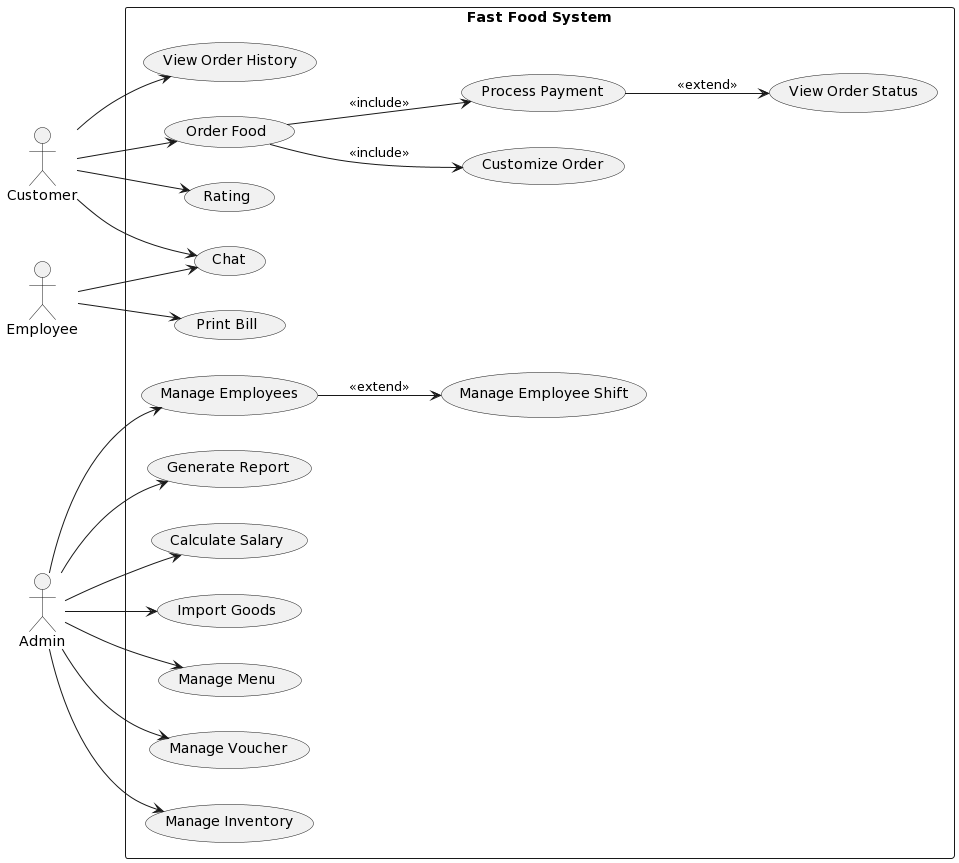
Earlier version of the PlantUML export Lab 1.2/Use-case Diagram/Use-case Diagram.png (VietQuoc29/SE357-Pratice-class).
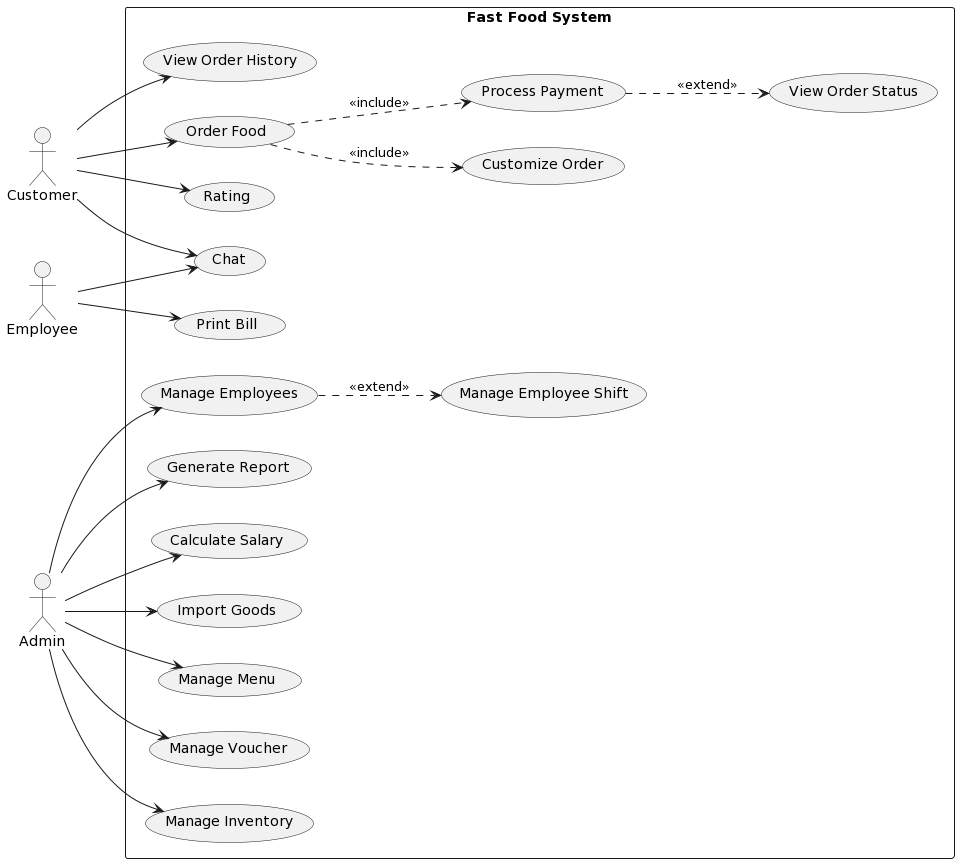
The same file after the commit.

The edit, as a diff of the source:
```diff
@@ -41,8 +41,8 @@
 C --> UC6
 C --> UC15
 
-UC1 --> UC2 : <<include>>
-UC1 --> UC3 : <<include>>
-UC3 --> UC4 : <<extend>>
-UC9 --> UC13: <<extend>>
+UC1 ..> UC2 : <<include>>
+UC1 ..> UC3 : <<include>>
+UC3 ..> UC4 : <<extend>>
+UC9 ..> UC13: <<extend>>
 @enduml
```
